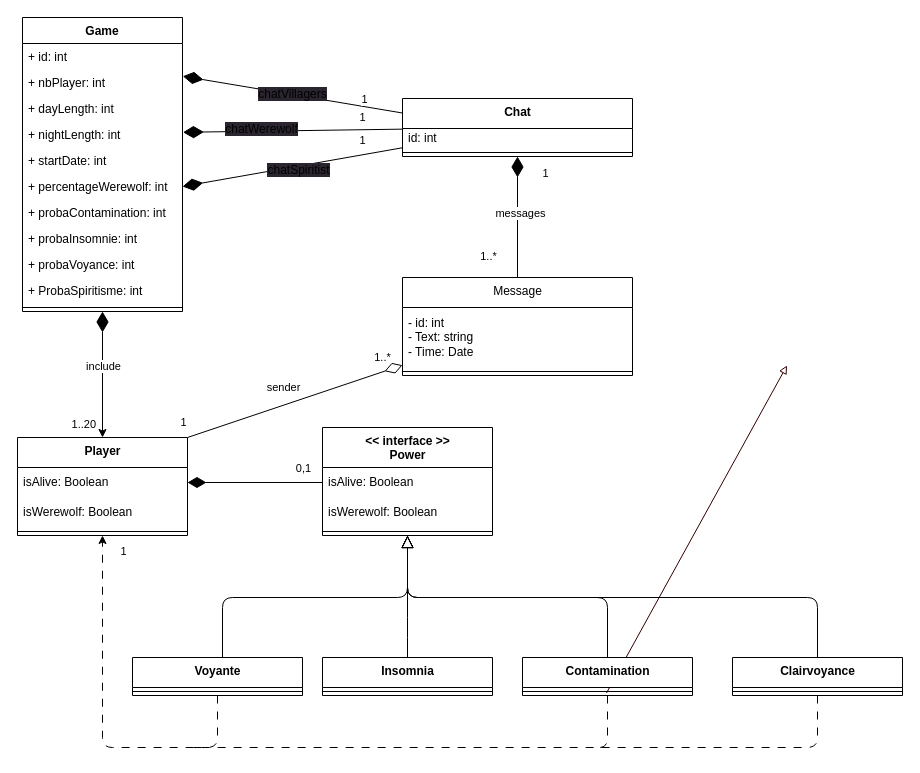
This is documentation/server/diagramme_de_classes_analyse.drawio from gfhuth/werewolf, a draw.io file, before an edit. Source tidied: cells renumbered, new cells numbered last; positions are measured from the earlier drawing's top-left corner, leaving out a move shared by most shapes. Both pictures are drawn from the tidied source at 100%, with x=0, y=0 at pixel (17, 17).
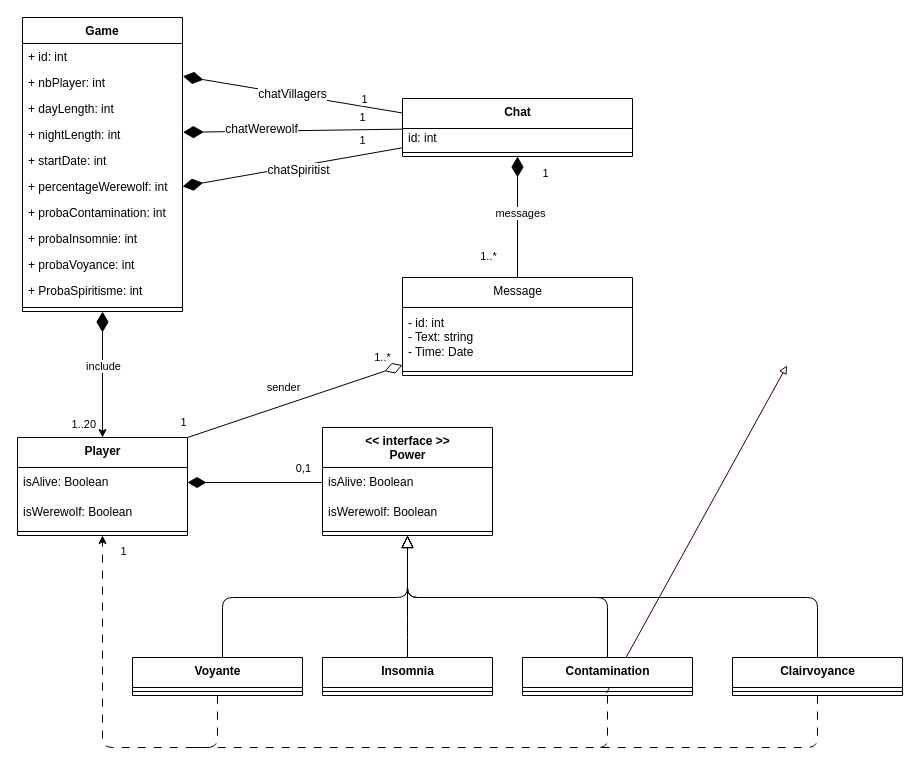
The same page after the edit.

Commit message:
correction diagramme classes analyse

Unchanged cells that the change refers to:
```xml
<mxCell id="7" value="+ nbPlayer: int" style="text;strokeColor=none;fillColor=none;align=left;verticalAlign=top;spacingLeft=4;spacingRight=4;overflow=hidden;points=[[0,0.5],[1,0.5]];portConstraint=eastwest;" parent="5" vertex="1">
  <mxGeometry y="52" width="160" height="26" as="geometry" />
</mxCell>
<mxCell id="20" style="edgeStyle=none;html=1;exitX=1;exitY=0.5;exitDx=0;exitDy=0;startArrow=diamondThin;startFill=1;startSize=18;endArrow=none;endFill=0;" parent="1" edge="1" target="27">
  <mxGeometry relative="1" as="geometry">
    <mxPoint x="165.5" y="114.8" as="sourcePoint" />
  </mxGeometry>
</mxCell>
<mxCell id="27" value="&lt;b&gt;Chat&lt;/b&gt;" style="swimlane;fontStyle=0;align=center;verticalAlign=top;horizontal=1;startSize=30;html=1;" parent="1" vertex="1">
  <mxGeometry x="385" y="81" width="230" height="58" as="geometry" />
</mxCell>
<mxCell id="36" style="edgeStyle=none;html=1;exitX=1;exitY=0.5;exitDx=0;exitDy=0;startArrow=diamondThin;startFill=1;startSize=18;endArrow=none;endFill=0;" parent="1" edge="1" source="11" target="27">
  <mxGeometry relative="1" as="geometry" />
</mxCell>
```

Change to the diagram source:
```diff
@@
-    <mxCell id="21" value="&lt;span style=&quot;font-size: 12px; background-color: rgb(42, 37, 47);&quot;&gt;chatWerewolf&lt;/span&gt;" style="edgeLabel;html=1;align=center;verticalAlign=middle;" parent="20" vertex="1">
+    <mxCell id="21" value="&lt;span style=&quot;font-size: 12px; background-color: rgb(255, 255, 255);&quot;&gt;chatWerewolf&lt;/span&gt;" style="edgeLabel;html=1;align=center;verticalAlign=middle;" parent="20" vertex="1">
       <mxGeometry x="0.29" y="-3" relative="1" as="geometry">
         <mxPoint x="-64" y="-4" as="offset" />
       </mxGeometry>
     </mxCell>
@@
-    <mxCell id="34" value="&lt;span style=&quot;font-size: 12px; background-color: rgb(42, 37, 47);&quot;&gt;chatVillagers&lt;/span&gt;" style="edgeStyle=none;html=1;exitX=1.002;exitY=0.259;exitDx=0;exitDy=0;entryX=0;entryY=0.25;entryDx=0;entryDy=0;exitPerimeter=0;startArrow=diamondThin;startFill=1;startSize=18;endArrow=none;endFill=0;" parent="1" edge="1" source="7" target="27">
+    <mxCell id="34" value="&lt;span style=&quot;font-size: 12px; background-color: rgb(255, 255, 255);&quot;&gt;chatVillagers&lt;/span&gt;" style="edgeStyle=none;html=1;exitX=1.002;exitY=0.259;exitDx=0;exitDy=0;entryX=0;entryY=0.25;entryDx=0;entryDy=0;exitPerimeter=0;startArrow=diamondThin;startFill=1;startSize=18;endArrow=none;endFill=0;" parent="1" edge="1" source="7" target="27">
       <mxGeometry relative="1" as="geometry" />
     </mxCell>
@@
-    <mxCell id="37" value="&lt;span style=&quot;font-size: 12px; background-color: rgb(42, 37, 47);&quot;&gt;chatSpiritist&lt;/span&gt;" style="edgeLabel;html=1;align=center;verticalAlign=middle;" parent="36" vertex="1">
+    <mxCell id="37" value="&lt;span style=&quot;font-size: 12px; background-color: rgb(255, 255, 255);&quot;&gt;chatSpiritist&lt;/span&gt;" style="edgeLabel;html=1;align=center;verticalAlign=middle;" parent="36" vertex="1">
       <mxGeometry x="-0.12" y="2" relative="1" as="geometry">
         <mxPoint x="19" y="2" as="offset" />
       </mxGeometry>
     </mxCell>
```
